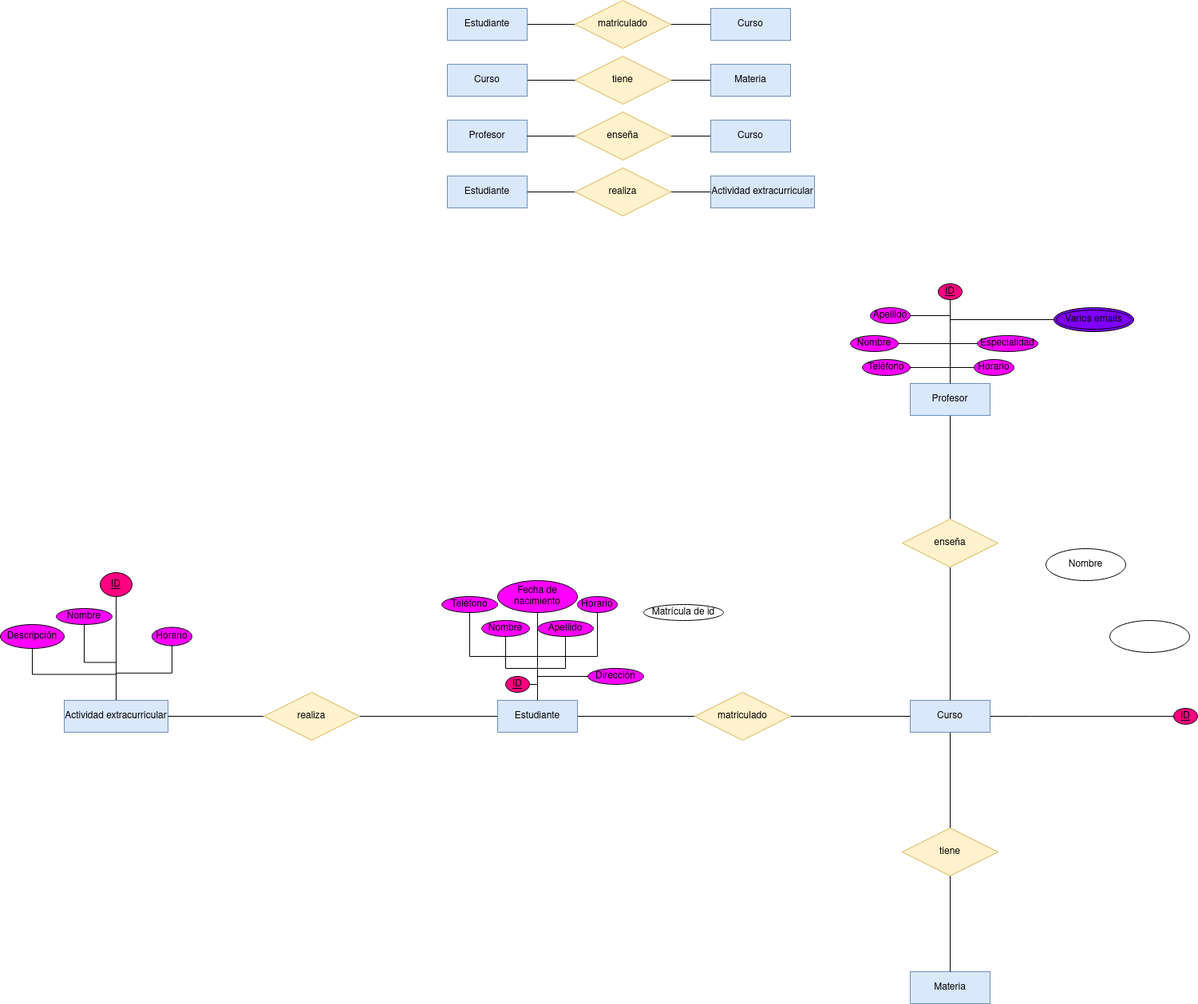
Before: Unidad-1/Tareas/Tarea_Entregable-1/Diagrama Tarea Entregable 1.drawio.png, a diagram exported from draw.io (RafaelMayor/base-datos). Source tidied: cells renumbered, new cells last; positions are measured from the earlier drawing's top-left corner, leaving out a move shared by most shapes.
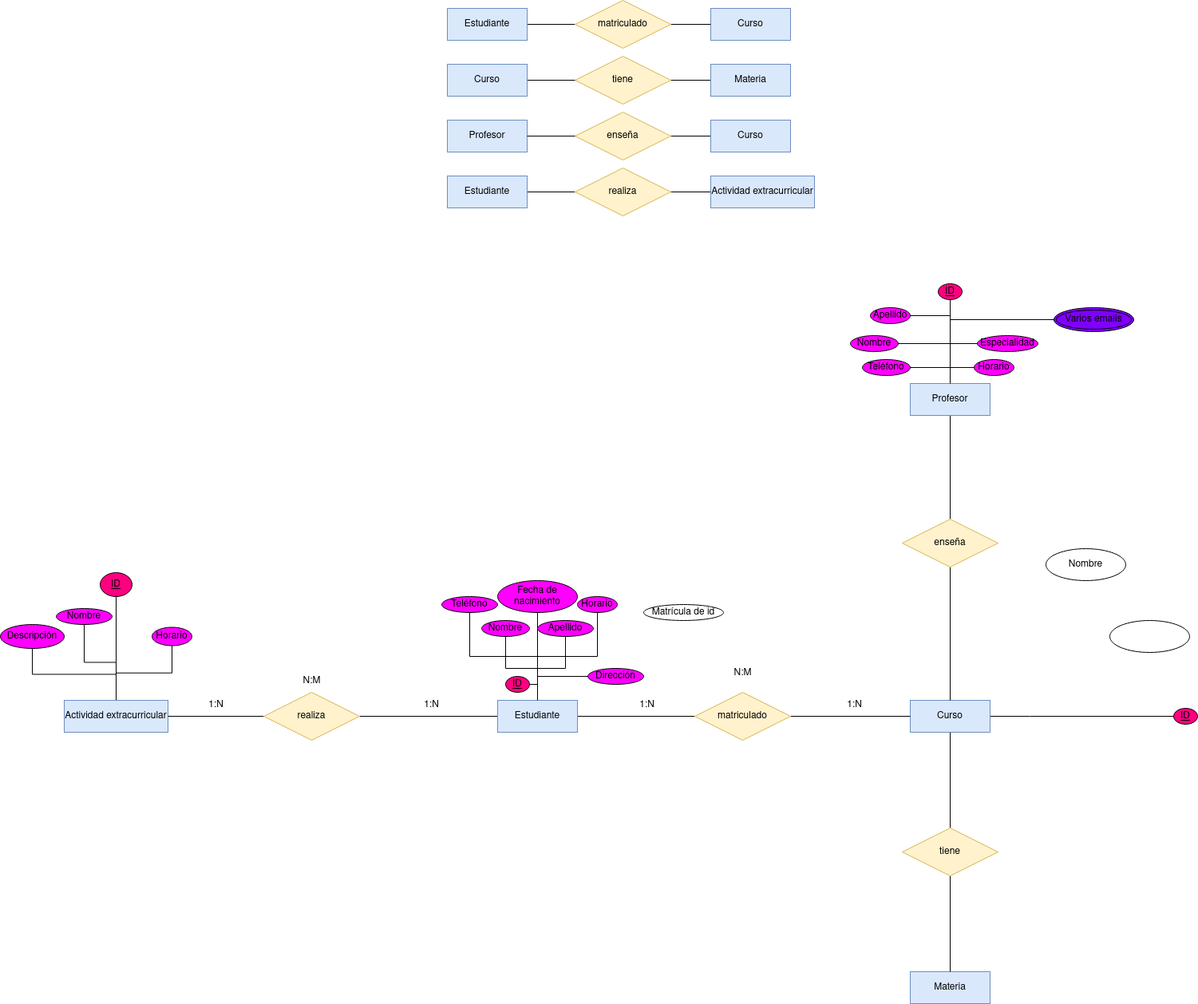
Later version of the same file.

What changed in the source:
```diff
@@ -273,5 +273,23 @@
     <mxCell id="80" value="ID" style="ellipse;whiteSpace=wrap;html=1;align=center;fontStyle=4;fillColor=#FF0080;" parent="1" vertex="1">
       <mxGeometry x="125" y="717" width="40" height="30" as="geometry" />
     </mxCell>
+    <mxCell id="81" value="1:N" style="text;html=1;align=center;verticalAlign=middle;strokeColor=none;fillColor=none;" parent="1" vertex="1">
+      <mxGeometry x="250" y="868" width="40" height="30" as="geometry" />
+    </mxCell>
+    <mxCell id="82" value="1:N" style="text;html=1;align=center;verticalAlign=middle;strokeColor=none;fillColor=none;" parent="1" vertex="1">
+      <mxGeometry x="520" y="868" width="40" height="30" as="geometry" />
+    </mxCell>
+    <mxCell id="83" value="N:M" style="text;html=1;align=center;verticalAlign=middle;strokeColor=none;fillColor=none;" parent="1" vertex="1">
+      <mxGeometry x="365" y="838" width="50" height="30" as="geometry" />
+    </mxCell>
+    <mxCell id="84" value="1:N" style="text;html=1;align=center;verticalAlign=middle;strokeColor=none;fillColor=none;" parent="1" vertex="1">
+      <mxGeometry x="1050" y="868" width="40" height="30" as="geometry" />
+    </mxCell>
+    <mxCell id="85" value="1:N" style="text;html=1;align=center;verticalAlign=middle;strokeColor=none;fillColor=none;" parent="1" vertex="1">
+      <mxGeometry x="790" y="868" width="40" height="30" as="geometry" />
+    </mxCell>
+    <mxCell id="86" value="N:M" style="text;html=1;align=center;verticalAlign=middle;strokeColor=none;fillColor=none;" parent="1" vertex="1">
+      <mxGeometry x="905" y="828" width="50" height="30" as="geometry" />
+    </mxCell>
   </root>
 </mxGraphModel>
```
